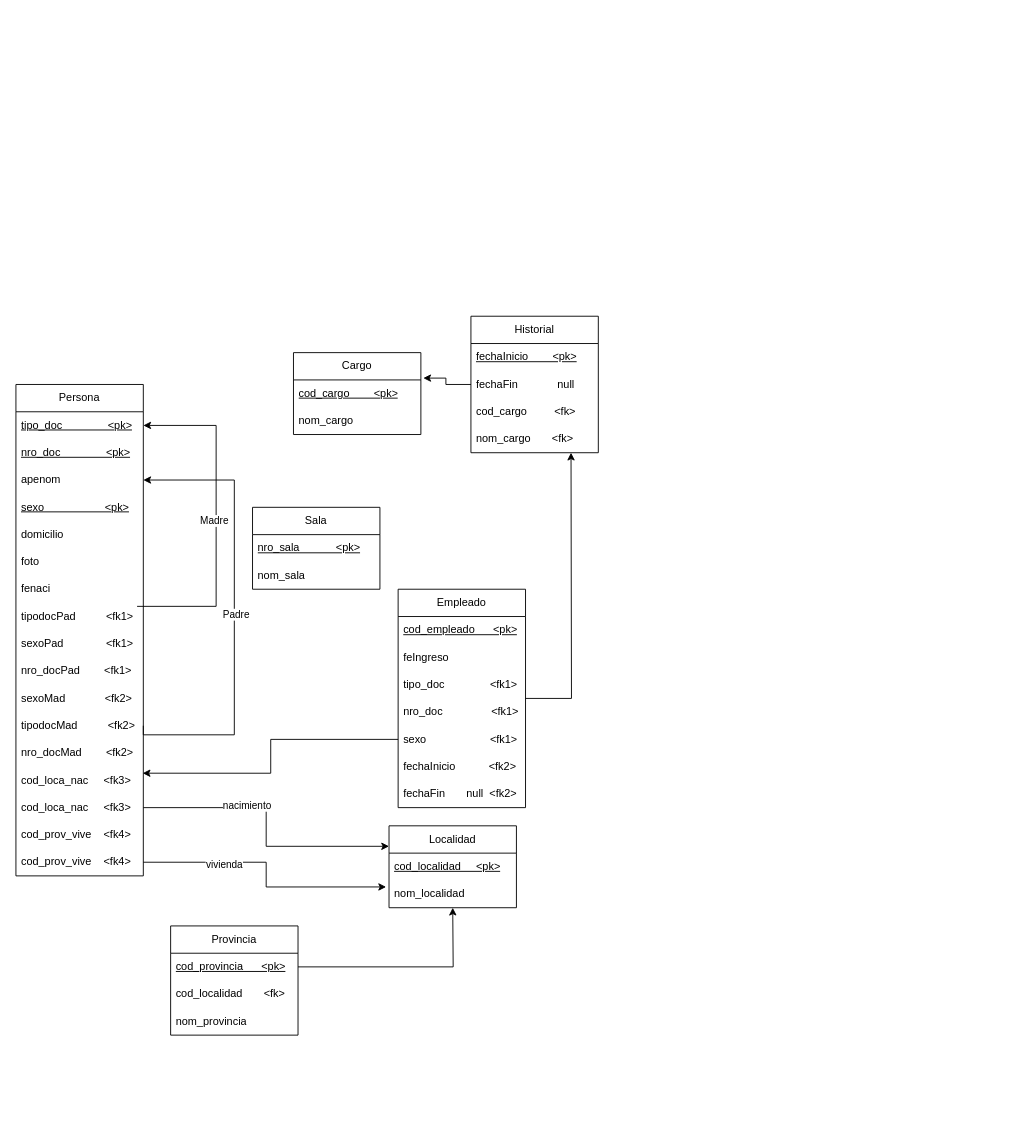
Logan6422/UMLDiagrams keeps this draw.io diagram as UmlFisico/Practicas/Guia1_Clinica.drawio. Above is the earlier version. Source tidied: cells renumbered, new cells numbered last; positions are measured from the earlier drawing's top-left corner, leaving out a move shared by most shapes. Both pictures are drawn from the tidied source at 91%, with x=0, y=0 at pixel (15, 316).
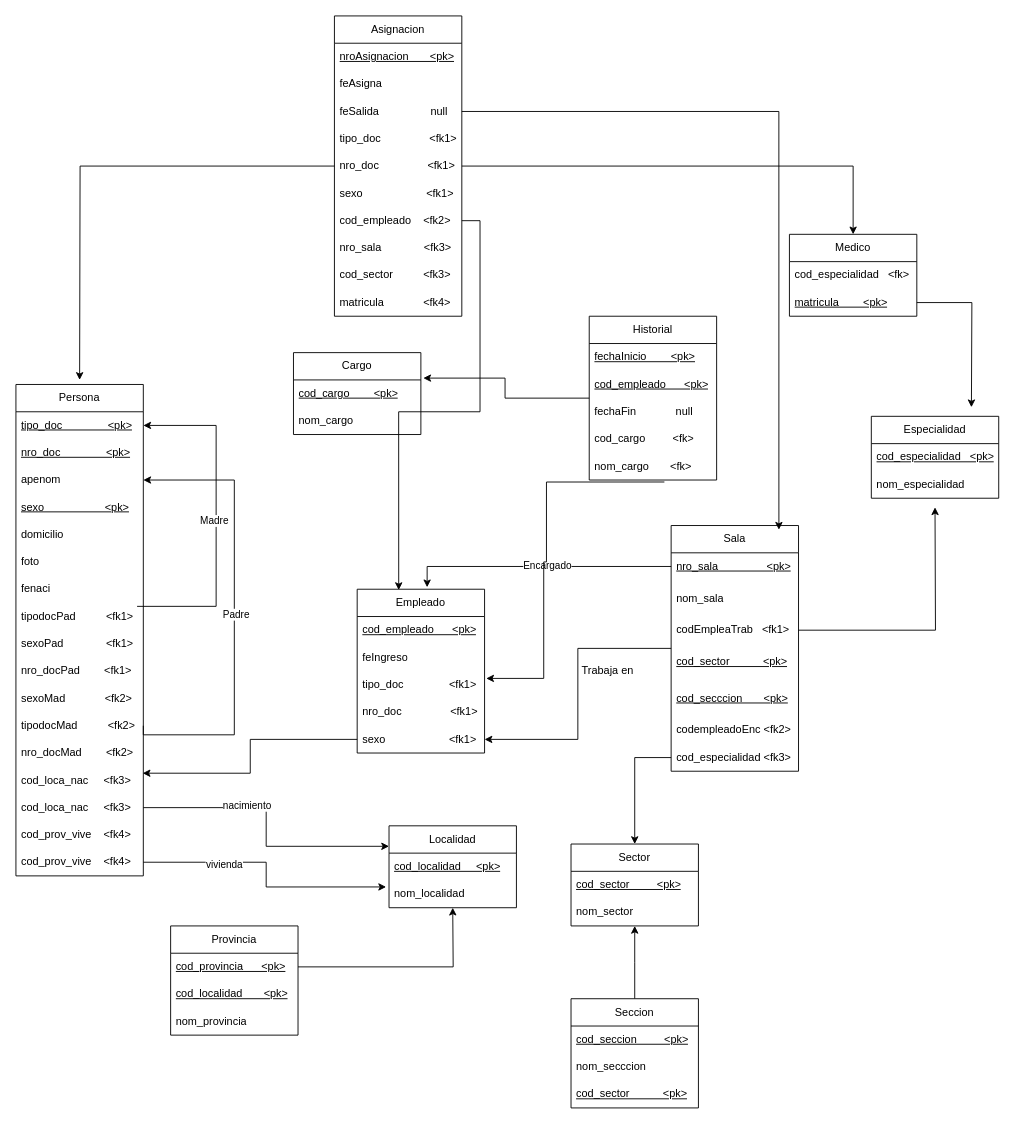
After the change.

Unchanged cells that the change refers to:
```xml
<mxCell id="27" value="Provincia" style="swimlane;fontStyle=0;horizontal=1;startSize=30;whiteSpace=wrap;html=1;" parent="1" vertex="1">
  <mxGeometry x="170" y="670" width="140" height="120" as="geometry" />
</mxCell>
<mxCell id="42" value="tipo_doc&amp;nbsp;&amp;nbsp;&amp;nbsp;&amp;nbsp;&amp;nbsp;&amp;nbsp;&amp;nbsp;&amp;nbsp;&amp;nbsp;&amp;nbsp;&amp;nbsp;&amp;nbsp;&amp;nbsp;&amp;nbsp; &amp;lt;fk1&amp;gt;" style="text;strokeColor=none;fillColor=none;align=left;verticalAlign=middle;spacingLeft=4;spacingRight=4;overflow=hidden;points=[[0,0.5],[1,0.5]];portConstraint=eastwest;whiteSpace=wrap;html=1;" parent="39" vertex="1">
  <mxGeometry y="90" width="140" height="30" as="geometry" />
</mxCell>
<mxCell id="44" value="sexo&amp;nbsp;&amp;nbsp;&amp;nbsp;&amp;nbsp;&amp;nbsp;&amp;nbsp;&amp;nbsp;&amp;nbsp;&amp;nbsp;&amp;nbsp;&amp;nbsp;&amp;nbsp;&amp;nbsp;&amp;nbsp;&amp;nbsp;&amp;nbsp;&amp;nbsp;&amp;nbsp;&amp;nbsp;&amp;nbsp; &amp;lt;fk1&amp;gt;" style="text;strokeColor=none;fillColor=none;align=left;verticalAlign=middle;spacingLeft=4;spacingRight=4;overflow=hidden;points=[[0,0.5],[1,0.5]];portConstraint=eastwest;whiteSpace=wrap;html=1;" parent="39" vertex="1">
  <mxGeometry y="150" width="140" height="30" as="geometry" />
</mxCell>
```

Change to the diagram source:
```diff
@@
-    <mxCell id="30" value="cod_localidad&amp;nbsp;&amp;nbsp;&amp;nbsp;&amp;nbsp;&amp;nbsp;&amp;nbsp; &amp;lt;fk&amp;gt;" style="text;strokeColor=none;fillColor=none;align=left;verticalAlign=middle;spacingLeft=4;spacingRight=4;overflow=hidden;whiteSpace=wrap;html=1;" parent="27" vertex="1">
+    <mxCell id="30" value="&lt;u&gt;cod_localidad&amp;nbsp;&amp;nbsp;&amp;nbsp;&amp;nbsp;&amp;nbsp;&amp;nbsp; &amp;lt;pk&amp;gt;&lt;/u&gt;" style="text;strokeColor=none;fillColor=none;align=left;verticalAlign=middle;spacingLeft=4;spacingRight=4;overflow=hidden;whiteSpace=wrap;html=1;" parent="27" vertex="1">
       <mxGeometry y="60" width="140" height="30" as="geometry" />
     </mxCell>
@@
+    <mxCell id="58" style="edgeStyle=orthogonalEdgeStyle;rounded=0;jettySize=auto;html=1;entryX=1;entryY=0.5;entryDx=0;entryDy=0;" parent="1" edge="1" source="35" target="44">
+      <mxGeometry relative="1" as="geometry" />
+    </mxCell>
     <mxCell id="35" value="Sala" style="swimlane;fontStyle=0;horizontal=1;startSize=30;whiteSpace=wrap;html=1;" parent="1" vertex="1">
-      <mxGeometry x="260" y="210" width="140" height="90" as="geometry" />
+      <mxGeometry x="720" y="230" width="140" height="270" as="geometry" />
     </mxCell>
-    <mxCell id="36" value="&lt;u&gt;nro_sala&amp;nbsp;&amp;nbsp;&amp;nbsp;&amp;nbsp;&amp;nbsp;&amp;nbsp;&amp;nbsp;&amp;nbsp;&amp;nbsp;&amp;nbsp;&amp;nbsp; &amp;lt;pk&amp;gt;&lt;/u&gt;" style="text;strokeColor=none;fillColor=none;align=left;verticalAlign=middle;spacingLeft=4;spacingRight=4;overflow=hidden;points=[[0,0.5],[1,0.5]];portConstraint=eastwest;whiteSpace=wrap;html=1;" parent="35" vertex="1">
+    <mxCell id="36" value="&lt;u&gt;nro_sala&amp;nbsp;&amp;nbsp;&amp;nbsp;&amp;nbsp;&amp;nbsp;&amp;nbsp;&amp;nbsp;&amp;nbsp;&amp;nbsp;&amp;nbsp;&amp;nbsp;&amp;nbsp;&amp;nbsp;&amp;nbsp;&amp;nbsp; &amp;lt;pk&amp;gt;&lt;/u&gt;" style="text;strokeColor=none;fillColor=none;align=left;verticalAlign=middle;spacingLeft=4;spacingRight=4;overflow=hidden;points=[[0,0.5],[1,0.5]];portConstraint=eastwest;whiteSpace=wrap;html=1;" parent="35" vertex="1">
       <mxGeometry y="30" width="140" height="30" as="geometry" />
     </mxCell>
+    <mxCell id="59" value="nom_sala" style="text;strokeColor=none;fillColor=none;align=left;verticalAlign=middle;spacingLeft=4;spacingRight=4;overflow=hidden;whiteSpace=wrap;html=1;" parent="35" vertex="1">
+      <mxGeometry y="60" width="140" height="40" as="geometry" />
+    </mxCell>
+    <mxCell id="60" style="edgeStyle=orthogonalEdgeStyle;rounded=0;jettySize=auto;html=1;" parent="35" edge="1" source="37">
+      <mxGeometry relative="1" as="geometry">
+        <mxPoint x="290" y="-20" as="targetPoint" />
+      </mxGeometry>
+    </mxCell>
-    <mxCell id="37" value="nom_sala" style="text;strokeColor=none;fillColor=none;align=left;verticalAlign=middle;spacingLeft=4;spacingRight=4;overflow=hidden;points=[[0,0.5],[1,0.5]];portConstraint=eastwest;whiteSpace=wrap;html=1;" parent="35" vertex="1">
-      <mxGeometry y="60" width="140" height="30" as="geometry" />
+    <mxCell id="37" value="codEmpleaTrab &amp;nbsp; &amp;lt;fk1&amp;gt;" style="text;strokeColor=none;fillColor=none;align=left;verticalAlign=middle;spacingLeft=4;spacingRight=4;overflow=hidden;points=[[0,0.5],[1,0.5]];portConstraint=eastwest;whiteSpace=wrap;html=1;" parent="35" vertex="1">
+      <mxGeometry y="100" width="140" height="30" as="geometry" />
     </mxCell>
-    <mxCell id="38" style="edgeStyle=orthogonalEdgeStyle;rounded=0;jettySize=auto;html=1;" parent="1" edge="1" source="39">
-      <mxGeometry relative="1" as="geometry">
-        <mxPoint x="610" y="150" as="targetPoint" />
-      </mxGeometry>
-    </mxCell>
+    <mxCell id="61" value="&lt;u&gt;cod_sector&amp;nbsp;&amp;nbsp;&amp;nbsp;&amp;nbsp;&amp;nbsp;&amp;nbsp;&amp;nbsp;&amp;nbsp; &amp;nbsp; &amp;lt;pk&amp;gt;&lt;/u&gt;" style="text;strokeColor=none;fillColor=none;align=left;verticalAlign=middle;spacingLeft=4;spacingRight=4;overflow=hidden;whiteSpace=wrap;html=1;" parent="35" vertex="1">
+      <mxGeometry y="130" width="140" height="40" as="geometry" />
+    </mxCell>
+    <mxCell id="62" value="&lt;u&gt;cod_secccion &amp;nbsp;&amp;nbsp;&amp;nbsp;&amp;nbsp;&amp;nbsp; &amp;lt;pk&amp;gt;&lt;/u&gt;" style="text;strokeColor=none;fillColor=none;align=left;verticalAlign=middle;spacingLeft=4;spacingRight=4;overflow=hidden;whiteSpace=wrap;html=1;" parent="35" vertex="1">
+      <mxGeometry y="170" width="140" height="40" as="geometry" />
+    </mxCell>
+    <mxCell id="63" value="codempleadoEnc &amp;lt;fk2&amp;gt;" style="text;strokeColor=none;fillColor=none;align=left;verticalAlign=middle;spacingLeft=4;spacingRight=4;overflow=hidden;whiteSpace=wrap;html=1;" parent="35" vertex="1">
+      <mxGeometry y="210" width="140" height="30" as="geometry" />
+    </mxCell>
+    <mxCell id="64" value="cod_especialidad &amp;lt;fk3&amp;gt;" style="text;strokeColor=none;fillColor=none;align=left;verticalAlign=middle;spacingLeft=4;spacingRight=4;overflow=hidden;points=[[0,0.5],[1,0.5]];portConstraint=eastwest;whiteSpace=wrap;html=1;" parent="35" vertex="1">
+      <mxGeometry y="240" width="140" height="30" as="geometry" />
+    </mxCell>
     <mxCell id="39" value="Empleado" style="swimlane;fontStyle=0;horizontal=1;startSize=30;whiteSpace=wrap;html=1;" parent="1" vertex="1">
-      <mxGeometry x="420" y="300" width="140" height="240" as="geometry" />
+      <mxGeometry x="375" y="300" width="140" height="180" as="geometry" />
     </mxCell>
@@
-    <mxCell id="45" value="fechaInicio&amp;nbsp;&amp;nbsp;&amp;nbsp;&amp;nbsp;&amp;nbsp;&amp;nbsp;&amp;nbsp;&amp;nbsp;&amp;nbsp;&amp;nbsp; &amp;lt;fk2&amp;gt;" style="text;strokeColor=none;fillColor=none;align=left;verticalAlign=middle;spacingLeft=4;spacingRight=4;overflow=hidden;whiteSpace=wrap;html=1;" parent="39" vertex="1">
-      <mxGeometry y="180" width="140" height="30" as="geometry" />
-    </mxCell>
-    <mxCell id="46" value="fechaFin&amp;nbsp;&amp;nbsp;&amp;nbsp; &amp;nbsp;&amp;nbsp; null&amp;nbsp; &amp;lt;fk2&amp;gt;" style="text;strokeColor=none;fillColor=none;align=left;verticalAlign=middle;spacingLeft=4;spacingRight=4;overflow=hidden;whiteSpace=wrap;html=1;" parent="39" vertex="1">
-      <mxGeometry y="210" width="140" height="30" as="geometry" />
-    </mxCell>
@@
     <mxCell id="52" value="Historial" style="swimlane;fontStyle=0;horizontal=1;startSize=30;whiteSpace=wrap;html=1;" parent="1" vertex="1">
-      <mxGeometry x="500" width="140" height="150" as="geometry" />
+      <mxGeometry x="630" width="140" height="180" as="geometry" />
     </mxCell>
@@
+    <mxCell id="65" value="&lt;u&gt;cod_empleado &amp;nbsp;&amp;nbsp;&amp;nbsp;&amp;nbsp; &amp;lt;pk&amp;gt;&lt;/u&gt;" style="text;strokeColor=none;fillColor=none;align=left;verticalAlign=middle;spacingLeft=4;spacingRight=4;overflow=hidden;whiteSpace=wrap;html=1;" parent="52" vertex="1">
+      <mxGeometry y="60" width="140" height="30" as="geometry" />
+    </mxCell>
     <mxCell id="54" value="fechaFin&amp;nbsp;&amp;nbsp;&amp;nbsp;&amp;nbsp;&amp;nbsp;&amp;nbsp;&amp;nbsp;&amp;nbsp;&amp;nbsp;&amp;nbsp;&amp;nbsp;&amp;nbsp; null" style="text;strokeColor=none;fillColor=none;align=left;verticalAlign=middle;spacingLeft=4;spacingRight=4;overflow=hidden;whiteSpace=wrap;html=1;" parent="52" vertex="1">
-      <mxGeometry y="60" width="140" height="30" as="geometry" />
+      <mxGeometry y="90" width="140" height="30" as="geometry" />
     </mxCell>
     <mxCell id="55" value="cod_cargo&amp;nbsp;&amp;nbsp;&amp;nbsp;&amp;nbsp;&amp;nbsp;&amp;nbsp;&amp;nbsp;&amp;nbsp; &amp;lt;fk&amp;gt;" style="text;strokeColor=none;fillColor=none;align=left;verticalAlign=middle;spacingLeft=4;spacingRight=4;overflow=hidden;whiteSpace=wrap;html=1;" parent="52" vertex="1">
-      <mxGeometry y="90" width="140" height="30" as="geometry" />
+      <mxGeometry y="120" width="140" height="30" as="geometry" />
     </mxCell>
     <mxCell id="56" value="nom_cargo&amp;nbsp;&amp;nbsp;&amp;nbsp;&amp;nbsp;&amp;nbsp;&amp;nbsp; &amp;lt;fk&amp;gt;" style="text;strokeColor=none;fillColor=none;align=left;verticalAlign=middle;spacingLeft=4;spacingRight=4;overflow=hidden;points=[[0,0.5],[1,0.5]];portConstraint=eastwest;whiteSpace=wrap;html=1;" parent="52" vertex="1">
-      <mxGeometry y="120" width="140" height="30" as="geometry" />
+      <mxGeometry y="150" width="140" height="30" as="geometry" />
     </mxCell>
@@
+    <mxCell id="66" style="edgeStyle=orthogonalEdgeStyle;rounded=0;jettySize=auto;html=1;entryX=0.549;entryY=-0.012;entryDx=0;entryDy=0;entryPerimeter=0;" parent="1" edge="1" source="36" target="39">
+      <mxGeometry relative="1" as="geometry" />
+    </mxCell>
+    <mxCell id="67" value="Encargado" style="edgeLabel;html=1;align=center;verticalAlign=middle;" parent="66" vertex="1">
+      <mxGeometry x="-0.06" y="-2" relative="1" as="geometry" />
+    </mxCell>
+    <mxCell id="68" value="Trabaja en" style="text;html=1;align=center;verticalAlign=middle;strokeColor=none;fillColor=none;" parent="1" vertex="1">
+      <mxGeometry x="610" y="375" width="80" height="30" as="geometry" />
+    </mxCell>
+    <mxCell id="69" value="Sector" style="swimlane;fontStyle=0;horizontal=1;startSize=30;whiteSpace=wrap;html=1;" parent="1" vertex="1">
+      <mxGeometry x="610" y="580" width="140" height="90" as="geometry" />
+    </mxCell>
+    <mxCell id="70" value="&lt;u&gt;cod_sector &amp;nbsp; &amp;nbsp;&amp;nbsp; &amp;nbsp;&amp;nbsp; &amp;lt;pk&amp;gt;&lt;/u&gt;" style="text;strokeColor=none;fillColor=none;align=left;verticalAlign=middle;spacingLeft=4;spacingRight=4;overflow=hidden;whiteSpace=wrap;html=1;" parent="69" vertex="1">
+      <mxGeometry y="30" width="140" height="30" as="geometry" />
+    </mxCell>
+    <mxCell id="71" value="nom_sector" style="text;strokeColor=none;fillColor=none;align=left;verticalAlign=middle;spacingLeft=4;spacingRight=4;overflow=hidden;whiteSpace=wrap;html=1;" parent="69" vertex="1">
+      <mxGeometry y="60" width="140" height="30" as="geometry" />
+    </mxCell>
+    <mxCell id="72" style="edgeStyle=orthogonalEdgeStyle;rounded=0;jettySize=auto;html=1;" parent="1" edge="1" source="73">
+      <mxGeometry relative="1" as="geometry">
+        <mxPoint x="680" y="670" as="targetPoint" />
+      </mxGeometry>
+    </mxCell>
+    <mxCell id="73" value="Seccion" style="swimlane;fontStyle=0;horizontal=1;startSize=30;whiteSpace=wrap;html=1;" parent="1" vertex="1">
+      <mxGeometry x="610" y="750" width="140" height="120" as="geometry" />
+    </mxCell>
+    <mxCell id="74" value="&lt;u&gt;cod_seccion &amp;nbsp; &amp;nbsp;&amp;nbsp; &amp;nbsp;&amp;nbsp; &amp;lt;pk&amp;gt;&lt;/u&gt;" style="text;strokeColor=none;fillColor=none;align=left;verticalAlign=middle;spacingLeft=4;spacingRight=4;overflow=hidden;whiteSpace=wrap;html=1;" parent="73" vertex="1">
+      <mxGeometry y="30" width="140" height="30" as="geometry" />
+    </mxCell>
+    <mxCell id="75" value="nom_secccion" style="text;strokeColor=none;fillColor=none;align=left;verticalAlign=middle;spacingLeft=4;spacingRight=4;overflow=hidden;whiteSpace=wrap;html=1;" parent="73" vertex="1">
+      <mxGeometry y="60" width="140" height="30" as="geometry" />
+    </mxCell>
+    <mxCell id="76" value="&lt;u&gt;cod_sector&amp;nbsp;&amp;nbsp;&amp;nbsp;&amp;nbsp;&amp;nbsp;&amp;nbsp;&amp;nbsp;&amp;nbsp;&amp;nbsp;&amp;nbsp; &amp;lt;pk&amp;gt;&lt;/u&gt;" style="text;strokeColor=none;fillColor=none;align=left;verticalAlign=middle;spacingLeft=4;spacingRight=4;overflow=hidden;whiteSpace=wrap;html=1;" parent="73" vertex="1">
+      <mxGeometry y="90" width="140" height="30" as="geometry" />
+    </mxCell>
+    <mxCell id="77" style="edgeStyle=orthogonalEdgeStyle;rounded=0;jettySize=auto;html=1;entryX=1.013;entryY=0.267;entryDx=0;entryDy=0;entryPerimeter=0;exitX=0.59;exitY=1.072;exitDx=0;exitDy=0;exitPerimeter=0;" parent="1" edge="1" source="56" target="42">
+      <mxGeometry relative="1" as="geometry">
+        <Array as="points">
+          <mxPoint x="583" y="270" />
+          <mxPoint x="580" y="270" />
+          <mxPoint x="580" y="398" />
+        </Array>
+      </mxGeometry>
+    </mxCell>
+    <mxCell id="78" style="edgeStyle=orthogonalEdgeStyle;rounded=0;jettySize=auto;html=1;" parent="1" edge="1" source="64" target="69">
+      <mxGeometry relative="1" as="geometry" />
+    </mxCell>
+    <mxCell id="79" value="Medico" style="swimlane;fontStyle=0;horizontal=1;startSize=30;whiteSpace=wrap;html=1;" parent="1" vertex="1">
+      <mxGeometry x="850" y="-90" width="140" height="90" as="geometry" />
+    </mxCell>
+    <mxCell id="80" style="edgeStyle=orthogonalEdgeStyle;rounded=0;jettySize=auto;html=1;" parent="79" edge="1" source="82">
+      <mxGeometry relative="1" as="geometry">
+        <mxPoint x="200" y="190" as="targetPoint" />
+      </mxGeometry>
+    </mxCell>
+    <mxCell id="81" value="cod_especialidad&amp;nbsp;&amp;nbsp; &amp;lt;fk&amp;gt;" style="text;strokeColor=none;fillColor=none;align=left;verticalAlign=middle;spacingLeft=4;spacingRight=4;overflow=hidden;whiteSpace=wrap;html=1;" parent="79" vertex="1">
+      <mxGeometry y="30" width="140" height="30" as="geometry" />
+    </mxCell>
+    <mxCell id="82" value="&lt;u&gt;matricula &amp;nbsp;&amp;nbsp;&amp;nbsp;&amp;nbsp;&amp;nbsp;&amp;nbsp; &amp;lt;pk&amp;gt;&lt;/u&gt;" style="text;strokeColor=none;fillColor=none;align=left;verticalAlign=middle;spacingLeft=4;spacingRight=4;overflow=hidden;points=[[0,0.5],[1,0.5]];portConstraint=eastwest;whiteSpace=wrap;html=1;" parent="79" vertex="1">
+      <mxGeometry y="60" width="140" height="30" as="geometry" />
+    </mxCell>
+    <mxCell id="83" style="edgeStyle=orthogonalEdgeStyle;rounded=0;jettySize=auto;html=1;" parent="1" edge="1" source="84">
+      <mxGeometry relative="1" as="geometry">
+        <mxPoint x="70" y="70" as="targetPoint" />
+      </mxGeometry>
+    </mxCell>
+    <mxCell id="84" value="Asignacion" style="swimlane;fontStyle=0;horizontal=1;startSize=30;whiteSpace=wrap;html=1;" parent="1" vertex="1">
+      <mxGeometry x="350" y="-330" width="140" height="330" as="geometry" />
+    </mxCell>
+    <mxCell id="85" value="&lt;u&gt;nroAsignacion&amp;nbsp;&amp;nbsp;&amp;nbsp;&amp;nbsp;&amp;nbsp;&amp;nbsp; &amp;lt;pk&amp;gt;&lt;/u&gt;" style="text;strokeColor=none;fillColor=none;align=left;verticalAlign=middle;spacingLeft=4;spacingRight=4;overflow=hidden;whiteSpace=wrap;html=1;" parent="84" vertex="1">
+      <mxGeometry y="30" width="140" height="30" as="geometry" />
+    </mxCell>
+    <mxCell id="86" value="feAsigna&amp;nbsp;&amp;nbsp;&amp;nbsp;&amp;nbsp; " style="text;strokeColor=none;fillColor=none;align=left;verticalAlign=middle;spacingLeft=4;spacingRight=4;overflow=hidden;whiteSpace=wrap;html=1;" parent="84" vertex="1">
+      <mxGeometry y="60" width="140" height="30" as="geometry" />
+    </mxCell>
+    <mxCell id="87" value="feSalida&amp;nbsp;&amp;nbsp;&amp;nbsp;&amp;nbsp;&amp;nbsp;&amp;nbsp;&amp;nbsp;&amp;nbsp;&amp;nbsp;&amp;nbsp;&amp;nbsp;&amp;nbsp;&amp;nbsp;&amp;nbsp;&amp;nbsp;&amp;nbsp; null" style="text;strokeColor=none;fillColor=none;align=left;verticalAlign=middle;spacingLeft=4;spacingRight=4;overflow=hidden;points=[[0,0.5],[1,0.5]];portConstraint=eastwest;whiteSpace=wrap;html=1;" parent="84" vertex="1">
+      <mxGeometry y="90" width="140" height="30" as="geometry" />
+    </mxCell>
+    <mxCell id="88" value="tipo_doc&amp;nbsp;&amp;nbsp;&amp;nbsp;&amp;nbsp;&amp;nbsp;&amp;nbsp;&amp;nbsp;&amp;nbsp;&amp;nbsp;&amp;nbsp;&amp;nbsp;&amp;nbsp;&amp;nbsp;&amp;nbsp;&amp;nbsp; &amp;lt;fk1&amp;gt;" style="text;strokeColor=none;fillColor=none;align=left;verticalAlign=middle;spacingLeft=4;spacingRight=4;overflow=hidden;whiteSpace=wrap;html=1;" parent="84" vertex="1">
+      <mxGeometry y="120" width="140" height="30" as="geometry" />
+    </mxCell>
+    <mxCell id="89" value="nro_doc&amp;nbsp;&amp;nbsp;&amp;nbsp;&amp;nbsp;&amp;nbsp;&amp;nbsp;&amp;nbsp;&amp;nbsp;&amp;nbsp;&amp;nbsp;&amp;nbsp;&amp;nbsp;&amp;nbsp;&amp;nbsp;&amp;nbsp; &amp;lt;fk1&amp;gt;" style="text;strokeColor=none;fillColor=none;align=left;verticalAlign=middle;spacingLeft=4;spacingRight=4;overflow=hidden;points=[[0,0.5],[1,0.5]];portConstraint=eastwest;whiteSpace=wrap;html=1;" parent="84" vertex="1">
+      <mxGeometry y="150" width="140" height="30" as="geometry" />
+    </mxCell>
+    <mxCell id="90" value="sexo &amp;nbsp; &amp;nbsp;&amp;nbsp; &amp;nbsp;&amp;nbsp;&amp;nbsp;&amp;nbsp;&amp;nbsp;&amp;nbsp;&amp;nbsp;&amp;nbsp;&amp;nbsp;&amp;nbsp;&amp;nbsp;&amp;nbsp;&amp;nbsp;&amp;nbsp; &amp;lt;fk1&amp;gt;" style="text;strokeColor=none;fillColor=none;align=left;verticalAlign=middle;spacingLeft=4;spacingRight=4;overflow=hidden;whiteSpace=wrap;html=1;" parent="84" vertex="1">
+      <mxGeometry y="180" width="140" height="30" as="geometry" />
+    </mxCell>
+    <mxCell id="91" value="cod_empleado&amp;nbsp;&amp;nbsp;&amp;nbsp; &amp;lt;fk2&amp;gt;" style="text;strokeColor=none;fillColor=none;align=left;verticalAlign=middle;spacingLeft=4;spacingRight=4;overflow=hidden;points=[[0,0.5],[1,0.5]];portConstraint=eastwest;whiteSpace=wrap;html=1;" parent="84" vertex="1">
+      <mxGeometry y="210" width="140" height="30" as="geometry" />
+    </mxCell>
+    <mxCell id="92" value="nro_sala &amp;nbsp; &amp;nbsp; &amp;nbsp; &amp;nbsp; &amp;nbsp; &amp;nbsp;&amp;nbsp; &amp;lt;fk3&amp;gt;" style="text;strokeColor=none;fillColor=none;align=left;verticalAlign=middle;spacingLeft=4;spacingRight=4;overflow=hidden;whiteSpace=wrap;html=1;" parent="84" vertex="1">
+      <mxGeometry y="240" width="140" height="30" as="geometry" />
+    </mxCell>
+    <mxCell id="93" value="cod_sector&amp;nbsp;&amp;nbsp; &amp;nbsp; &amp;nbsp; &amp;nbsp;&amp;nbsp; &amp;lt;fk3&amp;gt;" style="text;strokeColor=none;fillColor=none;align=left;verticalAlign=middle;spacingLeft=4;spacingRight=4;overflow=hidden;whiteSpace=wrap;html=1;" parent="84" vertex="1">
+      <mxGeometry y="270" width="140" height="30" as="geometry" />
+    </mxCell>
+    <mxCell id="94" value="matricula &amp;nbsp; &amp;nbsp; &amp;nbsp;&amp;nbsp; &amp;nbsp; &amp;nbsp;&amp;nbsp; &amp;lt;fk4&amp;gt;" style="text;strokeColor=none;fillColor=none;align=left;verticalAlign=middle;spacingLeft=4;spacingRight=4;overflow=hidden;whiteSpace=wrap;html=1;" parent="84" vertex="1">
+      <mxGeometry y="300" width="140" height="30" as="geometry" />
+    </mxCell>
+    <mxCell id="95" style="edgeStyle=orthogonalEdgeStyle;rounded=0;jettySize=auto;html=1;entryX=0.326;entryY=0.005;entryDx=0;entryDy=0;entryPerimeter=0;" parent="1" edge="1" source="91" target="39">
+      <mxGeometry relative="1" as="geometry" />
+    </mxCell>
+    <mxCell id="96" style="edgeStyle=orthogonalEdgeStyle;rounded=0;jettySize=auto;html=1;entryX=0.846;entryY=0.017;entryDx=0;entryDy=0;entryPerimeter=0;" parent="1" edge="1" source="87" target="35">
+      <mxGeometry relative="1" as="geometry" />
+    </mxCell>
+    <mxCell id="97" style="edgeStyle=orthogonalEdgeStyle;rounded=0;jettySize=auto;html=1;entryX=0.5;entryY=0;entryDx=0;entryDy=0;" parent="1" edge="1" source="89" target="79">
+      <mxGeometry relative="1" as="geometry" />
+    </mxCell>
+    <mxCell id="98" value="Especialidad" style="swimlane;fontStyle=0;horizontal=1;startSize=30;whiteSpace=wrap;html=1;" parent="1" vertex="1">
+      <mxGeometry x="940" y="110" width="140" height="90" as="geometry" />
+    </mxCell>
+    <mxCell id="99" value="&lt;u&gt;cod_especialidad &amp;nbsp; &amp;lt;pk&amp;gt;&lt;/u&gt;" style="text;strokeColor=none;fillColor=none;align=left;verticalAlign=middle;spacingLeft=4;spacingRight=4;overflow=hidden;whiteSpace=wrap;html=1;" parent="98" vertex="1">
+      <mxGeometry y="30" width="140" height="30" as="geometry" />
+    </mxCell>
+    <mxCell id="100" value="nom_especialidad" style="text;strokeColor=none;fillColor=none;align=left;verticalAlign=middle;spacingLeft=4;spacingRight=4;overflow=hidden;whiteSpace=wrap;html=1;" parent="98" vertex="1">
+      <mxGeometry y="60" width="140" height="30" as="geometry" />
+    </mxCell>
```
